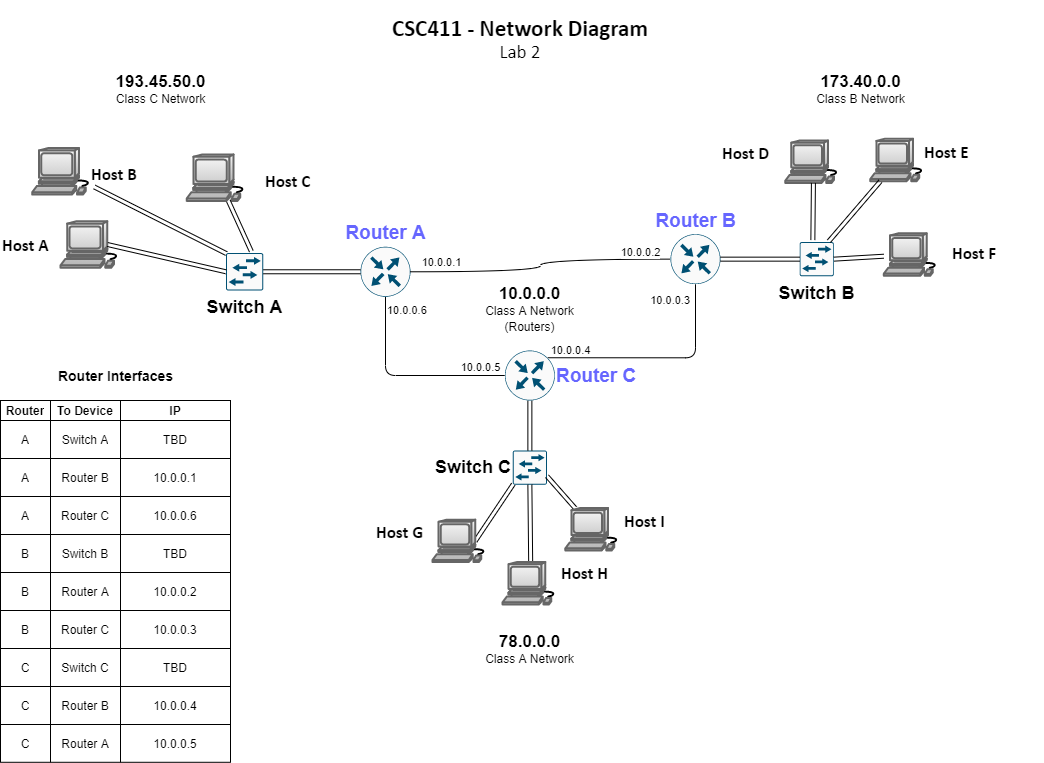
This is src/teaching/independent/networking-is/csc411-lab2-diagram.png from pat-earl/faculty-page, a draw.io export, as it was before one commit. Source tidied: cells renumbered, new cells last; positions are measured from the earlier drawing's top-left corner, leaving out a move shared by most shapes.
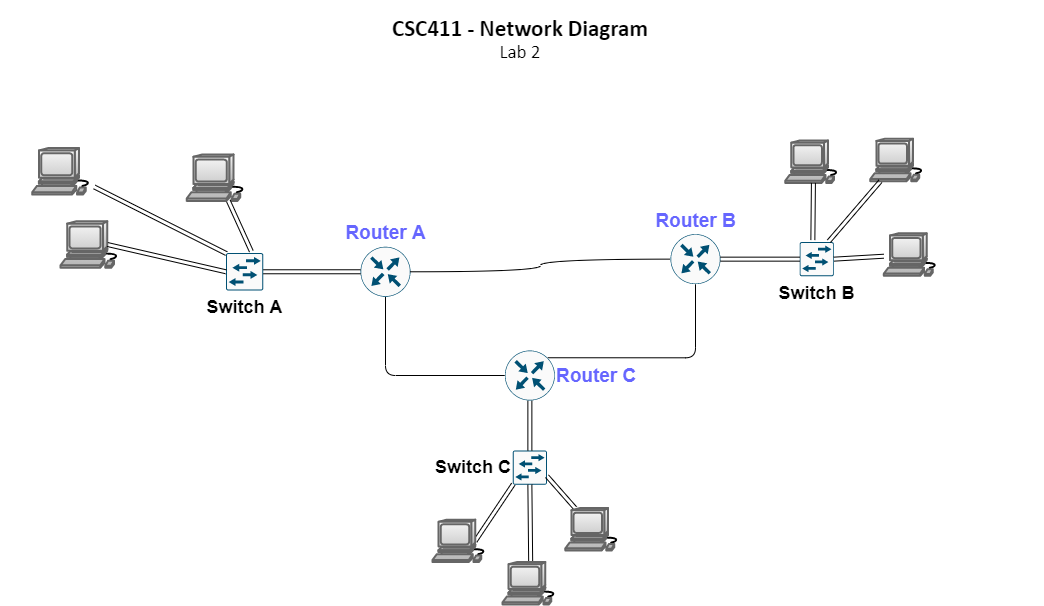
Above is the later version.

What changed in the source:
```diff
@@ -22,5 +22,2 @@
     </mxCell>
-    <mxCell id="8" value="&lt;font style=&quot;font-family: &amp;#34;calibri&amp;#34; ; direction: ltr ; letter-spacing: 0px ; line-height: 120% ; opacity: 1&quot;&gt;&lt;font style=&quot;font-size: 17px&quot;&gt;&lt;b&gt;Host I&lt;/b&gt;&lt;/font&gt;&lt;br&gt;&lt;br&gt;&lt;/font&gt;" style="text;vsdxID=17;fillColor=none;gradientColor=none;strokeColor=none;labelBackgroundColor=none;rounded=0;html=1;whiteSpace=wrap;verticalAlign=middle;align=left;html=1;" parent="7" vertex="1">
-      <mxGeometry x="56.8" y="1.7" width="54.7" height="39" as="geometry" />
-    </mxCell>
     <mxCell id="9" style="shape=mxgraph.cisco.computers_and_peripherals.workstation;html=1;dashed=0;fillColor=#f5f5f5;strokeColor=#666666;strokeWidth=2;verticalLabelPosition=bottom;verticalAlign=top;align=center;outlineConnect=0;gradientColor=#b3b3b3;" parent="7" vertex="1">
@@ -34,5 +31,2 @@
     </mxCell>
-    <mxCell id="12" value="&lt;div&gt;&lt;span style=&quot;font-family: &amp;#34;calibri&amp;#34; ; letter-spacing: 0px&quot;&gt;&lt;font style=&quot;font-size: 17px&quot;&gt;&lt;b&gt;Host G&lt;/b&gt;&lt;/font&gt;&lt;/span&gt;&lt;/div&gt;&lt;font style=&quot;font-size: 14px ; font-family: &amp;#34;calibri&amp;#34; ; direction: ltr ; letter-spacing: 0px ; line-height: 120% ; opacity: 1&quot;&gt;&lt;br&gt;&lt;/font&gt;" style="text;vsdxID=13;fillColor=none;gradientColor=none;strokeColor=none;labelBackgroundColor=none;rounded=0;html=1;whiteSpace=wrap;verticalAlign=middle;align=left;html=1;" parent="1" vertex="1">
-      <mxGeometry x="374" y="520.8" width="54.7" height="39" as="geometry" />
-    </mxCell>
     <mxCell id="13" style="shape=mxgraph.cisco.computers_and_peripherals.workstation;html=1;dashed=0;fillColor=#f5f5f5;strokeColor=#666666;strokeWidth=2;verticalLabelPosition=bottom;verticalAlign=top;align=center;outlineConnect=0;gradientColor=#b3b3b3;" parent="1" vertex="1">
@@ -43,11 +37,2 @@
     </mxCell>
-    <mxCell id="15" value="&lt;div&gt;&lt;span style=&quot;font-family: &amp;#34;calibri&amp;#34; ; letter-spacing: 0px&quot;&gt;&lt;font style=&quot;font-size: 17px&quot;&gt;&lt;b&gt;Host A&lt;/b&gt;&lt;/font&gt;&lt;/span&gt;&lt;/div&gt;&lt;font style=&quot;font-size: 14px ; font-family: &amp;#34;calibri&amp;#34; ; direction: ltr ; letter-spacing: 0px ; line-height: 120% ; opacity: 1&quot;&gt;&lt;br&gt;&lt;/font&gt;" style="text;vsdxID=13;fillColor=none;gradientColor=none;strokeColor=none;labelBackgroundColor=none;rounded=0;html=1;whiteSpace=wrap;verticalAlign=middle;align=left;html=1;" parent="14" vertex="1">
-      <mxGeometry y="171.4" width="60" height="42.7" as="geometry" />
-    </mxCell>
-    <mxCell id="16" value="&lt;font style=&quot;font-family: &amp;#34;calibri&amp;#34; ; direction: ltr ; letter-spacing: 0px ; line-height: 120% ; opacity: 1&quot;&gt;&lt;font style=&quot;font-size: 17px&quot;&gt;&lt;b&gt;Host C&lt;/b&gt;&lt;/font&gt;&lt;br&gt;&lt;/font&gt;" style="text;vsdxID=17;fillColor=none;gradientColor=none;strokeColor=none;labelBackgroundColor=none;rounded=0;html=1;whiteSpace=wrap;verticalAlign=middle;align=left;html=1;" parent="14" vertex="1">
-      <mxGeometry x="262.9" y="100.2" width="60" height="42.7" as="geometry" />
-    </mxCell>
-    <mxCell id="17" value="&lt;font style=&quot;font-family: &amp;#34;calibri&amp;#34; ; direction: ltr ; letter-spacing: 0px ; line-height: 120% ; opacity: 1&quot;&gt;&lt;b&gt;&lt;font style=&quot;font-size: 17px&quot;&gt;Host B&lt;/font&gt;&lt;/b&gt;&lt;br&gt;&lt;/font&gt;" style="text;vsdxID=9;fillColor=none;gradientColor=none;strokeColor=none;labelBackgroundColor=none;rounded=0;html=1;whiteSpace=wrap;verticalAlign=middle;align=left;html=1;" parent="14" vertex="1">
-      <mxGeometry x="88.7" y="93.9" width="60" height="42.7" as="geometry" />
-    </mxCell>
     <mxCell id="18" style="shape=mxgraph.cisco.computers_and_peripherals.workstation;html=1;dashed=0;fillColor=#f5f5f5;strokeColor=#666666;strokeWidth=2;verticalLabelPosition=bottom;verticalAlign=top;align=center;outlineConnect=0;gradientColor=#b3b3b3;" parent="14" vertex="1">
@@ -73,5 +58,2 @@
     </mxCell>
-    <mxCell id="25" value="&lt;p style=&quot;line-height: 140%&quot;&gt;&lt;b&gt;&lt;font style=&quot;font-size: 17px&quot;&gt;193.45.50.0&lt;/font&gt;&lt;/b&gt;&lt;br&gt;Class C Network&lt;/p&gt;" style="text;html=1;align=center;verticalAlign=middle;" parent="14" vertex="1">
-      <mxGeometry x="104.9" width="110" height="60" as="geometry" />
-    </mxCell>
     <mxCell id="26" style="group;" parent="1" vertex="1">
@@ -79,11 +61,2 @@
     </mxCell>
-    <mxCell id="27" value="&lt;div&gt;&lt;span style=&quot;font-family: &amp;#34;calibri&amp;#34; ; letter-spacing: 0px&quot;&gt;&lt;font style=&quot;font-size: 17px&quot;&gt;&lt;b&gt;Host D&lt;/b&gt;&lt;/font&gt;&lt;/span&gt;&lt;/div&gt;&lt;font style=&quot;font-size: 14px ; font-family: &amp;#34;calibri&amp;#34; ; direction: ltr ; letter-spacing: 0px ; line-height: 120% ; opacity: 1&quot;&gt;&lt;br&gt;&lt;/font&gt;" style="text;vsdxID=13;fillColor=none;gradientColor=none;strokeColor=none;labelBackgroundColor=none;rounded=0;html=1;whiteSpace=wrap;verticalAlign=middle;align=left;html=1;flipV=0;" parent="26" vertex="1">
-      <mxGeometry y="81.7" width="54.7" height="39" as="geometry" />
-    </mxCell>
-    <mxCell id="28" value="&lt;font style=&quot;font-family: &amp;#34;calibri&amp;#34; ; direction: ltr ; letter-spacing: 0px ; line-height: 120% ; opacity: 1&quot;&gt;&lt;font style=&quot;font-size: 17px&quot;&gt;&lt;b&gt;Host F&lt;/b&gt;&lt;/font&gt;&lt;br&gt;&lt;/font&gt;" style="text;vsdxID=17;fillColor=none;gradientColor=none;strokeColor=none;labelBackgroundColor=none;rounded=0;html=1;whiteSpace=wrap;verticalAlign=middle;align=left;html=1;" parent="26" vertex="1">
-      <mxGeometry x="230" y="174.6" width="54.7" height="39" as="geometry" />
-    </mxCell>
-    <mxCell id="29" value="&lt;font style=&quot;font-family: &amp;#34;calibri&amp;#34; ; direction: ltr ; letter-spacing: 0px ; line-height: 120% ; opacity: 1&quot;&gt;&lt;b&gt;&lt;font style=&quot;font-size: 17px&quot;&gt;Host E&lt;/font&gt;&lt;/b&gt;&lt;br&gt;&lt;br&gt;&lt;/font&gt;" style="text;vsdxID=9;fillColor=none;gradientColor=none;strokeColor=none;labelBackgroundColor=none;rounded=0;html=1;whiteSpace=wrap;verticalAlign=middle;align=left;html=1;" parent="26" vertex="1">
-      <mxGeometry x="201.8" y="80" width="54.7" height="39" as="geometry" />
-    </mxCell>
     <mxCell id="30" style="shape=mxgraph.cisco.computers_and_peripherals.workstation;html=1;dashed=0;fillColor=#f5f5f5;strokeColor=#666666;strokeWidth=2;verticalLabelPosition=bottom;verticalAlign=top;align=center;outlineConnect=0;gradientColor=#b3b3b3;flipV=0;" parent="26" vertex="1">
@@ -109,8 +82,2 @@
     </mxCell>
-    <mxCell id="37" value="&lt;p style=&quot;line-height: 140%&quot;&gt;&lt;span style=&quot;font-size: 17px&quot;&gt;&lt;b&gt;173.40.0.0&lt;/b&gt;&lt;/span&gt;&lt;br&gt;Class B Network&lt;/p&gt;" style="text;html=1;align=center;verticalAlign=middle;" parent="26" vertex="1">
-      <mxGeometry x="90" width="100" height="60" as="geometry" />
-    </mxCell>
-    <mxCell id="38" value="&lt;p style=&quot;line-height: 140%&quot;&gt;&lt;span style=&quot;font-size: 17px&quot;&gt;&lt;b&gt;78.0.0.0&lt;/b&gt;&lt;/span&gt;&lt;br&gt;Class A Network&lt;/p&gt;" style="text;html=1;align=center;verticalAlign=middle;" parent="1" vertex="1">
-      <mxGeometry x="479.4" y="620" width="100" height="60" as="geometry" />
-    </mxCell>
     <mxCell id="39" style="edgeStyle=orthogonalEdgeStyle;rounded=1;jettySize=auto;html=1;exitX=0;exitY=0.5;exitDx=0;exitDy=0;exitPerimeter=0;entryX=0.5;entryY=1;entryDx=0;entryDy=0;entryPerimeter=0;fontSize=19;fontColor=#6666FF;endFill=0;endArrow=none;" parent="1" edge="1" source="46" target="48">
@@ -118,12 +85,2 @@
     </mxCell>
-    <mxCell id="40" value="10.0.0.5" style="edgeLabel;html=1;align=center;verticalAlign=bottom;fontSize=11;fontColor=#000000;" parent="39" vertex="1">
-      <mxGeometry x="-0.82" y="-2" relative="1" as="geometry">
-        <mxPoint x="-7.1" y="2" as="offset" />
-      </mxGeometry>
-    </mxCell>
-    <mxCell id="41" value="10.0.0.6" style="edgeLabel;html=1;align=left;verticalAlign=middle;fontSize=11;fontColor=#000000;" parent="39" vertex="1">
-      <mxGeometry x="0.84" relative="1" as="geometry">
-        <mxPoint y="-1.6" as="offset" />
-      </mxGeometry>
-    </mxCell>
     <mxCell id="42" style="edgeStyle=orthogonalEdgeStyle;rounded=1;jettySize=auto;html=1;exitX=0.8555;exitY=0.145;exitDx=0;exitDy=0;exitPerimeter=0;entryX=0.5;entryY=1;entryDx=0;entryDy=0;entryPerimeter=0;fontSize=19;fontColor=#6666FF;endArrow=none;endFill=0;" parent="1" edge="1" source="46" target="52">
@@ -131,14 +88,4 @@
     </mxCell>
-    <mxCell id="43" value="10.0.0.3" style="edgeLabel;html=1;align=right;verticalAlign=middle;fontSize=11;fontColor=#000000;" parent="42" vertex="1">
-      <mxGeometry x="0.9" y="-1" relative="1" as="geometry">
-        <mxPoint x="-6" y="5.2" as="offset" />
-      </mxGeometry>
-    </mxCell>
-    <mxCell id="44" value="10.0.0.4" style="edgeLabel;html=1;align=center;verticalAlign=middle;fontSize=11;fontColor=#000000;" parent="42" vertex="1">
-      <mxGeometry x="-0.85" y="3" relative="1" as="geometry">
-        <mxPoint x="5.6" y="-4.3" as="offset" />
-      </mxGeometry>
-    </mxCell>
     <mxCell id="45" style="edgeStyle=orthogonalEdgeStyle;shape=link;curved=1;jettySize=auto;html=1;exitX=0.5;exitY=1;exitDx=0;exitDy=0;exitPerimeter=0;entryX=0.5;entryY=0;entryDx=0;entryDy=0;entryPerimeter=0;endArrow=none;endFill=0;fontSize=12;fontColor=#6666FF;align=left;" parent="1" edge="1" source="46" target="3">
-      <mxGeometry x="-0.6" y="11" relative="1" as="geometry" />
+      <mxGeometry x="-0.6" y="81" relative="1" as="geometry" />
     </mxCell>
@@ -147,5 +94,2 @@
     </mxCell>
-    <mxCell id="47" value="&lt;font style=&quot;font-family: &amp;#34;calibri&amp;#34; ; direction: ltr ; letter-spacing: 0px ; line-height: 120% ; opacity: 1&quot;&gt;&lt;b&gt;&lt;font style=&quot;font-size: 17px&quot;&gt;Host H&lt;/font&gt;&lt;/b&gt;&lt;br&gt;&lt;br&gt;&lt;/font&gt;" style="text;vsdxID=9;fillColor=none;gradientColor=none;strokeColor=none;labelBackgroundColor=none;rounded=0;html=1;whiteSpace=wrap;verticalAlign=middle;align=left;html=1;" parent="1" vertex="1">
-      <mxGeometry x="558.8" y="565.6" width="56.4" height="30.9" as="geometry" />
-    </mxCell>
     <mxCell id="48" value="Router A" style="points=[[0.5,0,0],[1,0.5,0],[0.5,1,0],[0,0.5,0],[0.145,0.145,0],[0.8555,0.145,0],[0.855,0.8555,0],[0.145,0.855,0]];verticalLabelPosition=top;html=1;verticalAlign=bottom;align=center;shape=mxgraph.cisco19.rect;prIcon=router;fillColor=#FAFAFA;strokeColor=#005073;labelPosition=center;fontStyle=1;fontColor=#6666FF;fontSize=19;" parent="1" vertex="1">
@@ -156,12 +100,2 @@
     </mxCell>
-    <mxCell id="50" value="10.0.0.1" style="edgeLabel;html=1;align=center;verticalAlign=bottom;fontSize=11;fontColor=#000000;" parent="49" vertex="1">
-      <mxGeometry x="0.91" y="-1" relative="1" as="geometry">
-        <mxPoint x="18.1" y="-0.3" as="offset" />
-      </mxGeometry>
-    </mxCell>
-    <mxCell id="51" value="10.0.0.2" style="edgeLabel;html=1;align=center;verticalAlign=bottom;fontSize=11;fontColor=#000000;" parent="49" vertex="1">
-      <mxGeometry x="-0.91" y="-1" relative="1" as="geometry">
-        <mxPoint x="-17.6" y="2.3" as="offset" />
-      </mxGeometry>
-    </mxCell>
     <mxCell id="52" value="Router B" style="points=[[0.5,0,0],[1,0.5,0],[0.5,1,0],[0,0.5,0],[0.145,0.145,0],[0.8555,0.145,0],[0.855,0.8555,0],[0.145,0.855,0]];verticalLabelPosition=top;html=1;verticalAlign=bottom;align=center;shape=mxgraph.cisco19.rect;prIcon=router;fillColor=#FAFAFA;strokeColor=#005073;labelPosition=center;fontStyle=1;fontColor=#6666FF;fontSize=19;" parent="1" vertex="1">
@@ -175,131 +109,2 @@
     </mxCell>
-    <mxCell id="55" value="&lt;p style=&quot;line-height: 140%&quot;&gt;&lt;span style=&quot;font-size: 17px&quot;&gt;&lt;b&gt;10.0.0.0&lt;/b&gt;&lt;/span&gt;&lt;br&gt;Class A Network&lt;br&gt;(Routers)&lt;/p&gt;" style="text;html=1;align=center;verticalAlign=middle;" parent="1" vertex="1">
-      <mxGeometry x="479.4" y="270" width="100" height="80" as="geometry" />
-    </mxCell>
-    <mxCell id="56" style="shape=table;html=1;whiteSpace=wrap;startSize=0;" parent="1" vertex="1">
-      <mxGeometry y="400" width="230" height="361.8" as="geometry" />
-    </mxCell>
-    <mxCell id="57" style="shape=partialRectangle;html=1;whiteSpace=wrap;fillColor=none;top=0;left=0;bottom=0;right=0;" parent="56" vertex="1">
-      <mxGeometry width="230" height="20" as="geometry" />
-    </mxCell>
-    <mxCell id="58" value="Router" style="shape=partialRectangle;html=1;whiteSpace=wrap;overflow=hidden;fillColor=none;top=0;left=0;bottom=0;right=0;fontStyle=1;" parent="57" vertex="1">
-      <mxGeometry width="50" height="20" as="geometry" />
-    </mxCell>
-    <mxCell id="59" value="To Device" style="shape=partialRectangle;html=1;whiteSpace=wrap;overflow=hidden;fillColor=none;top=0;left=0;bottom=0;right=0;fontStyle=1;" parent="57" vertex="1">
-      <mxGeometry x="50" width="70" height="20" as="geometry" />
-    </mxCell>
-    <mxCell id="60" value="IP" style="shape=partialRectangle;html=1;whiteSpace=wrap;overflow=hidden;fillColor=none;top=0;left=0;bottom=0;right=0;fontStyle=1;" parent="57" vertex="1">
-      <mxGeometry x="120" width="110" height="20" as="geometry" />
-    </mxCell>
-    <mxCell id="61" style="shape=partialRectangle;html=1;whiteSpace=wrap;fillColor=none;top=0;left=0;bottom=0;right=0;" parent="56" vertex="1">
-      <mxGeometry y="20" width="230" height="38" as="geometry" />
-    </mxCell>
-    <mxCell id="62" value="A" style="shape=partialRectangle;html=1;whiteSpace=wrap;overflow=hidden;fillColor=none;top=0;left=0;bottom=0;right=0;" parent="61" vertex="1">
-      <mxGeometry width="50" height="38" as="geometry" />
-    </mxCell>
-    <mxCell id="63" value="Switch A" style="shape=partialRectangle;html=1;whiteSpace=wrap;overflow=hidden;fillColor=none;top=0;left=0;bottom=0;right=0;" parent="61" vertex="1">
-      <mxGeometry x="50" width="70" height="38" as="geometry" />
-    </mxCell>
-    <mxCell id="64" value="TBD" style="shape=partialRectangle;html=1;whiteSpace=wrap;overflow=hidden;fillColor=none;top=0;left=0;bottom=0;right=0;" parent="61" vertex="1">
-      <mxGeometry x="120" width="110" height="38" as="geometry" />
-    </mxCell>
-    <mxCell id="65" style="shape=partialRectangle;html=1;whiteSpace=wrap;fillColor=none;top=0;left=0;bottom=0;right=0;" parent="56" vertex="1">
-      <mxGeometry y="58" width="230" height="38" as="geometry" />
-    </mxCell>
-    <mxCell id="66" value="A" style="shape=partialRectangle;html=1;whiteSpace=wrap;overflow=hidden;fillColor=none;top=0;left=0;bottom=0;right=0;" parent="65" vertex="1">
-      <mxGeometry width="50" height="38" as="geometry" />
-    </mxCell>
-    <mxCell id="67" value="Router B" style="shape=partialRectangle;html=1;whiteSpace=wrap;overflow=hidden;fillColor=none;top=0;left=0;bottom=0;right=0;" parent="65" vertex="1">
-      <mxGeometry x="50" width="70" height="38" as="geometry" />
-    </mxCell>
-    <mxCell id="68" value="10.0.0.1" style="shape=partialRectangle;html=1;whiteSpace=wrap;overflow=hidden;fillColor=none;top=0;left=0;bottom=0;right=0;" parent="65" vertex="1">
-      <mxGeometry x="120" width="110" height="38" as="geometry" />
-    </mxCell>
-    <mxCell id="69" style="shape=partialRectangle;html=1;whiteSpace=wrap;fillColor=none;top=0;left=0;bottom=0;right=0;" parent="56" vertex="1">
-      <mxGeometry y="96" width="230" height="38" as="geometry" />
-    </mxCell>
-    <mxCell id="70" value="A" style="shape=partialRectangle;html=1;whiteSpace=wrap;overflow=hidden;fillColor=none;top=0;left=0;bottom=0;right=0;" parent="69" vertex="1">
-      <mxGeometry width="50" height="38" as="geometry" />
-    </mxCell>
-    <mxCell id="71" value="Router C" style="shape=partialRectangle;html=1;whiteSpace=wrap;overflow=hidden;fillColor=none;top=0;left=0;bottom=0;right=0;" parent="69" vertex="1">
-      <mxGeometry x="50" width="70" height="38" as="geometry" />
-    </mxCell>
-    <mxCell id="72" value="10.0.0.6" style="shape=partialRectangle;html=1;whiteSpace=wrap;overflow=hidden;fillColor=none;top=0;left=0;bottom=0;right=0;" parent="69" vertex="1">
-      <mxGeometry x="120" width="110" height="38" as="geometry" />
-    </mxCell>
-    <mxCell id="73" style="shape=partialRectangle;html=1;whiteSpace=wrap;fillColor=none;top=0;left=0;bottom=0;right=0;" parent="56" vertex="1">
-      <mxGeometry y="134" width="230" height="38" as="geometry" />
-    </mxCell>
-    <mxCell id="74" value="B" style="shape=partialRectangle;html=1;whiteSpace=wrap;overflow=hidden;fillColor=none;top=0;left=0;bottom=0;right=0;" parent="73" vertex="1">
-      <mxGeometry width="50" height="38" as="geometry" />
-    </mxCell>
-    <mxCell id="75" value="Switch B" style="shape=partialRectangle;html=1;whiteSpace=wrap;overflow=hidden;fillColor=none;top=0;left=0;bottom=0;right=0;" parent="73" vertex="1">
-      <mxGeometry x="50" width="70" height="38" as="geometry" />
-    </mxCell>
-    <mxCell id="76" value="TBD" style="shape=partialRectangle;html=1;whiteSpace=wrap;overflow=hidden;fillColor=none;top=0;left=0;bottom=0;right=0;" parent="73" vertex="1">
-      <mxGeometry x="120" width="110" height="38" as="geometry" />
-    </mxCell>
-    <mxCell id="77" style="shape=partialRectangle;html=1;whiteSpace=wrap;fillColor=none;top=0;left=0;bottom=0;right=0;" parent="56" vertex="1">
-      <mxGeometry y="172" width="230" height="38" as="geometry" />
-    </mxCell>
-    <mxCell id="78" value="B" style="shape=partialRectangle;html=1;whiteSpace=wrap;overflow=hidden;fillColor=none;top=0;left=0;bottom=0;right=0;" parent="77" vertex="1">
-      <mxGeometry width="50" height="38" as="geometry" />
-    </mxCell>
-    <mxCell id="79" value="Router A" style="shape=partialRectangle;html=1;whiteSpace=wrap;overflow=hidden;fillColor=none;top=0;left=0;bottom=0;right=0;" parent="77" vertex="1">
-      <mxGeometry x="50" width="70" height="38" as="geometry" />
-    </mxCell>
-    <mxCell id="80" value="10.0.0.2" style="shape=partialRectangle;html=1;whiteSpace=wrap;overflow=hidden;fillColor=none;top=0;left=0;bottom=0;right=0;" parent="77" vertex="1">
-      <mxGeometry x="120" width="110" height="38" as="geometry" />
-    </mxCell>
-    <mxCell id="81" style="shape=partialRectangle;html=1;whiteSpace=wrap;fillColor=none;top=0;left=0;bottom=0;right=0;" parent="56" vertex="1">
-      <mxGeometry y="210" width="230" height="38" as="geometry" />
-    </mxCell>
-    <mxCell id="82" value="B" style="shape=partialRectangle;html=1;whiteSpace=wrap;overflow=hidden;fillColor=none;top=0;left=0;bottom=0;right=0;" parent="81" vertex="1">
-      <mxGeometry width="50" height="38" as="geometry" />
-    </mxCell>
-    <mxCell id="83" value="Router C" style="shape=partialRectangle;html=1;whiteSpace=wrap;overflow=hidden;fillColor=none;top=0;left=0;bottom=0;right=0;" parent="81" vertex="1">
-      <mxGeometry x="50" width="70" height="38" as="geometry" />
-    </mxCell>
-    <mxCell id="84" value="10.0.0.3" style="shape=partialRectangle;html=1;whiteSpace=wrap;overflow=hidden;fillColor=none;top=0;left=0;bottom=0;right=0;" parent="81" vertex="1">
-      <mxGeometry x="120" width="110" height="38" as="geometry" />
-    </mxCell>
-    <mxCell id="85" style="shape=partialRectangle;html=1;whiteSpace=wrap;fillColor=none;top=0;left=0;bottom=0;right=0;" parent="56" vertex="1">
-      <mxGeometry y="248" width="230" height="38" as="geometry" />
-    </mxCell>
-    <mxCell id="86" value="C" style="shape=partialRectangle;html=1;whiteSpace=wrap;overflow=hidden;fillColor=none;top=0;left=0;bottom=0;right=0;" parent="85" vertex="1">
-      <mxGeometry width="50" height="38" as="geometry" />
-    </mxCell>
-    <mxCell id="87" value="Switch C" style="shape=partialRectangle;html=1;whiteSpace=wrap;overflow=hidden;fillColor=none;top=0;left=0;bottom=0;right=0;" parent="85" vertex="1">
-      <mxGeometry x="50" width="70" height="38" as="geometry" />
-    </mxCell>
-    <mxCell id="88" value="TBD" style="shape=partialRectangle;html=1;whiteSpace=wrap;overflow=hidden;fillColor=none;top=0;left=0;bottom=0;right=0;" parent="85" vertex="1">
-      <mxGeometry x="120" width="110" height="38" as="geometry" />
-    </mxCell>
-    <mxCell id="89" style="shape=partialRectangle;html=1;whiteSpace=wrap;fillColor=none;top=0;left=0;bottom=0;right=0;" parent="56" vertex="1">
-      <mxGeometry y="286" width="230" height="38" as="geometry" />
-    </mxCell>
-    <mxCell id="90" value="C" style="shape=partialRectangle;html=1;whiteSpace=wrap;overflow=hidden;fillColor=none;top=0;left=0;bottom=0;right=0;" parent="89" vertex="1">
-      <mxGeometry width="50" height="38" as="geometry" />
-    </mxCell>
-    <mxCell id="91" value="Router B" style="shape=partialRectangle;html=1;whiteSpace=wrap;overflow=hidden;fillColor=none;top=0;left=0;bottom=0;right=0;" parent="89" vertex="1">
-      <mxGeometry x="50" width="70" height="38" as="geometry" />
-    </mxCell>
-    <mxCell id="92" value="10.0.0.4" style="shape=partialRectangle;html=1;whiteSpace=wrap;overflow=hidden;fillColor=none;top=0;left=0;bottom=0;right=0;" parent="89" vertex="1">
-      <mxGeometry x="120" width="110" height="38" as="geometry" />
-    </mxCell>
-    <mxCell id="93" style="shape=partialRectangle;html=1;whiteSpace=wrap;fillColor=none;top=0;left=0;bottom=0;right=0;" parent="56" vertex="1">
-      <mxGeometry y="324" width="230" height="38" as="geometry" />
-    </mxCell>
-    <mxCell id="94" value="C" style="shape=partialRectangle;html=1;whiteSpace=wrap;overflow=hidden;fillColor=none;top=0;left=0;bottom=0;right=0;" parent="93" vertex="1">
-      <mxGeometry width="50" height="38" as="geometry" />
-    </mxCell>
-    <mxCell id="95" value="Router A" style="shape=partialRectangle;html=1;whiteSpace=wrap;overflow=hidden;fillColor=none;top=0;left=0;bottom=0;right=0;" parent="93" vertex="1">
-      <mxGeometry x="50" width="70" height="38" as="geometry" />
-    </mxCell>
-    <mxCell id="96" value="10.0.0.5" style="shape=partialRectangle;html=1;whiteSpace=wrap;overflow=hidden;fillColor=none;top=0;left=0;bottom=0;right=0;" parent="93" vertex="1">
-      <mxGeometry x="120" width="110" height="38" as="geometry" />
-    </mxCell>
-    <mxCell id="97" value="&lt;b style=&quot;font-size: 14px;&quot;&gt;Router Interfaces&lt;/b&gt;" style="text;html=1;align=center;verticalAlign=middle;fontSize=14;fontColor=#000000;" parent="1" vertex="1">
-      <mxGeometry x="50" y="365" width="130" height="20" as="geometry" />
-    </mxCell>
   </root>
```
